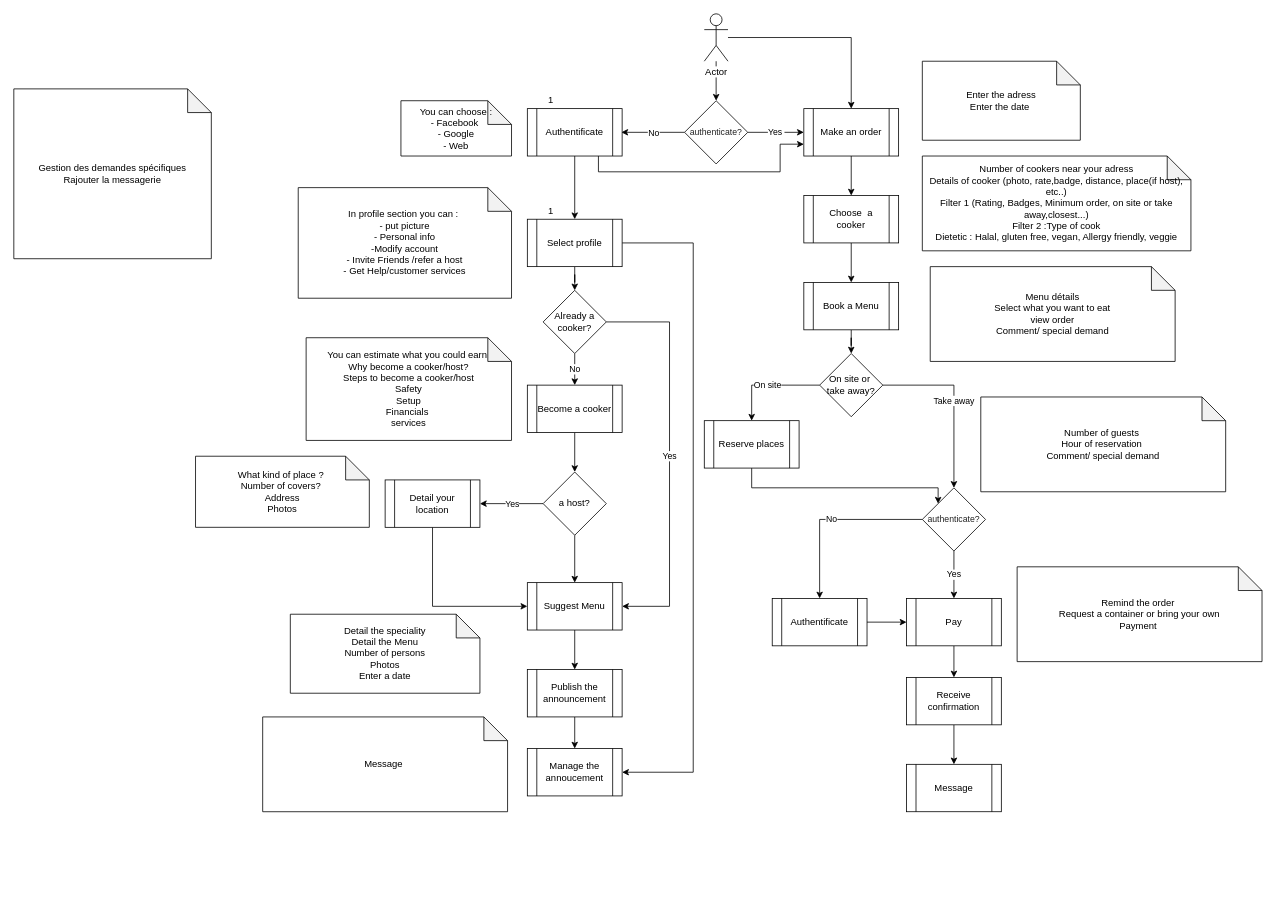
Above: IChef.drawio in ekooo/essai (draw.io), before the change. Source tidied: cells renumbered, new cells numbered last; positions are measured from the earlier drawing's top-left corner, leaving out a move shared by most shapes. Both pictures are drawn from the tidied source at 79%, with x=0, y=0 at pixel (13, 13).
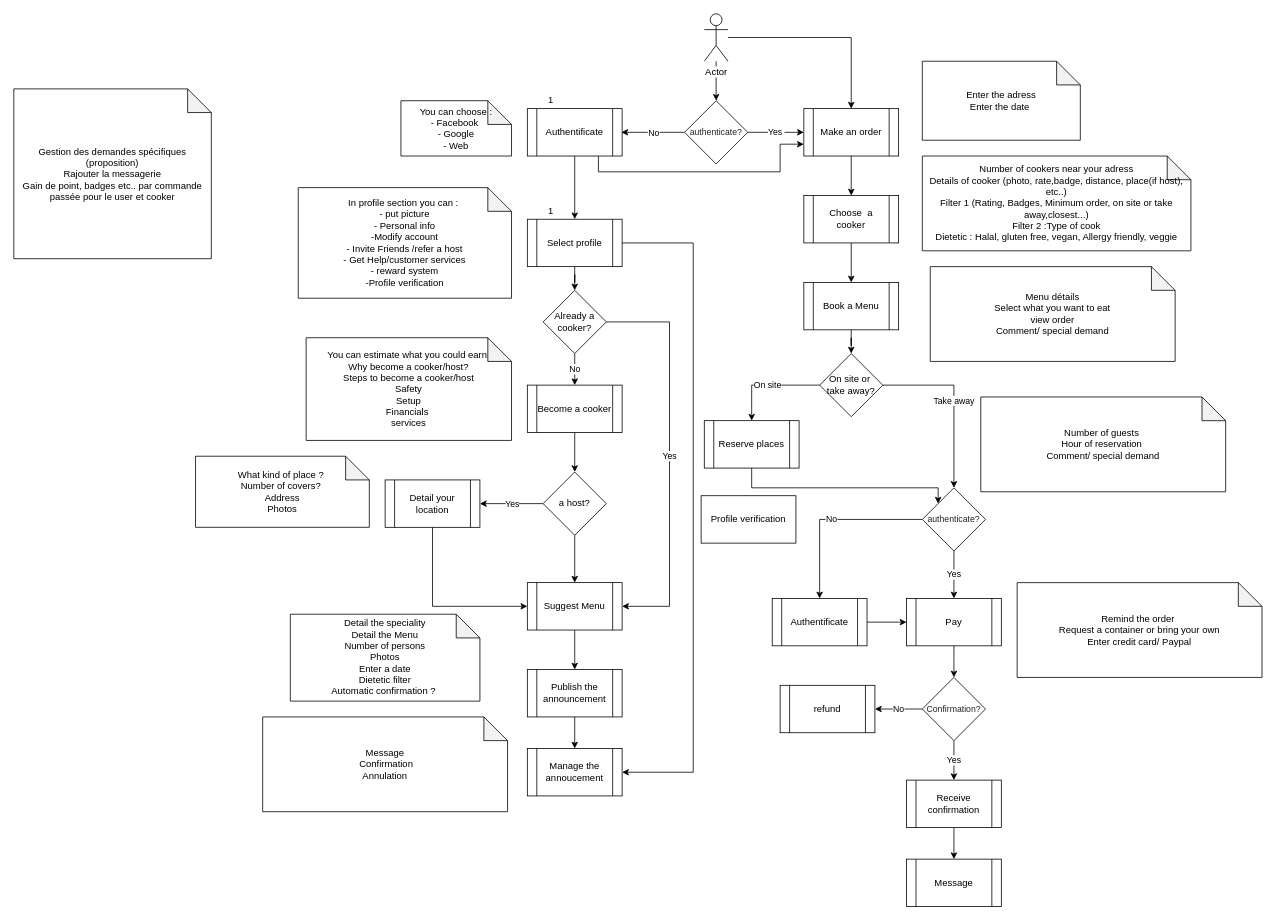
Above is the later version.

The change refers to these unchanged cells:
```xml
<mxCell id="30" value="Pay" style="shape=process;whiteSpace=wrap;html=1;backgroundOutline=1;" parent="1" vertex="1">
  <mxGeometry x="1130" y="740" width="120" height="60" as="geometry" />
</mxCell>
```

Change to the diagram source:
```diff
@@
-    <mxCell id="29" style="edgeStyle=orthogonalEdgeStyle;rounded=0;jettySize=auto;html=1;exitX=0.5;exitY=1;exitDx=0;exitDy=0;entryX=0.5;entryY=0;entryDx=0;entryDy=0;" parent="1" edge="1" source="30" target="32">
-      <mxGeometry relative="1" as="geometry" />
+    <mxCell id="29" style="edgeStyle=orthogonalEdgeStyle;rounded=0;jettySize=auto;html=1;exitX=0.5;exitY=1;exitDx=0;exitDy=0;entryX=0.5;entryY=0;entryDx=0;entryDy=0;" parent="1" edge="1" source="30">
+      <mxGeometry relative="1" as="geometry">
+        <mxPoint x="1190" y="840" as="targetPoint" />
+      </mxGeometry>
     </mxCell>
@@
-    <mxCell id="31" style="edgeStyle=orthogonalEdgeStyle;rounded=0;jettySize=auto;html=1;" parent="1" edge="1" source="32" target="60">
-      <mxGeometry relative="1" as="geometry" />
-    </mxCell>
-    <mxCell id="32" value="Receive confirmation" style="shape=process;whiteSpace=wrap;html=1;backgroundOutline=1;" parent="1" vertex="1">
-      <mxGeometry x="1130" y="840" width="120" height="60" as="geometry" />
-    </mxCell>
+    <mxCell id="64" value="Yes" style="edgeStyle=orthogonalEdgeStyle;rounded=0;jettySize=auto;html=1;" parent="1" edge="1" source="66">
+      <mxGeometry relative="1" as="geometry">
+        <mxPoint x="1190" y="970" as="targetPoint" />
+      </mxGeometry>
+    </mxCell>
@@
-    <mxCell id="48" value="In profile section you can :&amp;nbsp;&lt;br&gt;- put picture&lt;br&gt;- Personal info&lt;br&gt;-Modify account&lt;br&gt;- Invite Friends /refer a host&lt;br&gt;- Get Help/customer services" style="shape=note;whiteSpace=wrap;html=1;backgroundOutline=1;darkOpacity=0.05;" parent="1" vertex="1">
+    <mxCell id="48" value="In profile section you can :&amp;nbsp;&lt;br&gt;- put picture&lt;br&gt;- Personal info&lt;br&gt;-Modify account&lt;br&gt;- Invite Friends /refer a host&lt;br&gt;- Get Help/customer services&lt;br&gt;- reward system&lt;br&gt;-Profile verification" style="shape=note;whiteSpace=wrap;html=1;backgroundOutline=1;darkOpacity=0.05;" parent="1" vertex="1">
       <mxGeometry x="360" y="220" width="270" height="140" as="geometry" />
     </mxCell>
@@
-    <mxCell id="53" value="&lt;pre class=&quot;tw-data-text tw-text-large tw-ta&quot; id=&quot;tw-target-text&quot; dir=&quot;ltr&quot; style=&quot;font-size: 28px ; line-height: 36px ; border: none ; padding: 2px 0.14em 2px 0px ; position: relative ; margin-top: -2px ; margin-bottom: -2px ; resize: none ; font-family: inherit ; overflow: hidden ; text-align: left ; width: 283px ; white-space: pre-wrap ; overflow-wrap: break-word ; color: rgb(34 , 34 , 34)&quot;&gt;&lt;/pre&gt;Detail the speciality&lt;br&gt;Detail the Menu&lt;br&gt;Number of persons&lt;br&gt;Photos&lt;br&gt;Enter a date" style="shape=note;whiteSpace=wrap;html=1;backgroundOutline=1;darkOpacity=0.05;" parent="1" vertex="1">
-      <mxGeometry x="350" y="760" width="240" height="100" as="geometry" />
+    <mxCell id="53" value="&lt;pre class=&quot;tw-data-text tw-text-large tw-ta&quot; id=&quot;tw-target-text&quot; dir=&quot;ltr&quot; style=&quot;font-size: 28px ; line-height: 36px ; border: none ; padding: 2px 0.14em 2px 0px ; position: relative ; margin-top: -2px ; margin-bottom: -2px ; resize: none ; font-family: inherit ; overflow: hidden ; text-align: left ; width: 283px ; white-space: pre-wrap ; overflow-wrap: break-word ; color: rgb(34 , 34 , 34)&quot;&gt;&lt;/pre&gt;Detail the speciality&lt;br&gt;Detail the Menu&lt;br&gt;Number of persons&lt;br&gt;Photos&lt;br&gt;Enter a date&lt;br&gt;Dietetic filter&lt;br&gt;Automatic confirmation ?&amp;nbsp;" style="shape=note;whiteSpace=wrap;html=1;backgroundOutline=1;darkOpacity=0.05;" parent="1" vertex="1">
+      <mxGeometry x="350" y="760" width="240" height="110" as="geometry" />
     </mxCell>
@@
-    <mxCell id="56" value="Remind the order&amp;nbsp;&lt;br&gt;Request a container or bring your own&lt;br&gt;Payment&amp;nbsp;" style="shape=note;whiteSpace=wrap;html=1;backgroundOutline=1;darkOpacity=0.05;" parent="1" vertex="1">
-      <mxGeometry x="1270" y="700" width="310" height="120" as="geometry" />
+    <mxCell id="56" value="Remind the order&amp;nbsp;&lt;br&gt;Request a container or bring your own&lt;br&gt;Enter credit card/ Paypal" style="shape=note;whiteSpace=wrap;html=1;backgroundOutline=1;darkOpacity=0.05;" parent="1" vertex="1">
+      <mxGeometry x="1270" y="720" width="310" height="120" as="geometry" />
     </mxCell>
@@
-    <mxCell id="59" value="Message&amp;nbsp;" style="shape=note;whiteSpace=wrap;html=1;backgroundOutline=1;darkOpacity=0.05;" parent="1" vertex="1">
+    <mxCell id="59" value="Message&lt;br&gt;&amp;nbsp;Confirmation&lt;br&gt;Annulation" style="shape=note;whiteSpace=wrap;html=1;backgroundOutline=1;darkOpacity=0.05;" parent="1" vertex="1">
       <mxGeometry x="315" y="890" width="310" height="120" as="geometry" />
     </mxCell>
     <mxCell id="60" value="Message" style="shape=process;whiteSpace=wrap;html=1;backgroundOutline=1;" parent="1" vertex="1">
-      <mxGeometry x="1130" y="950" width="120" height="60" as="geometry" />
+      <mxGeometry x="1130" y="1070" width="120" height="60" as="geometry" />
     </mxCell>
-    <mxCell id="61" value="Gestion des demandes spécifiques&lt;br&gt;Rajouter la messagerie" style="shape=note;whiteSpace=wrap;html=1;backgroundOutline=1;darkOpacity=0.05;" parent="1" vertex="1">
+    <mxCell id="61" value="Gestion des demandes spécifiques (proposition)&lt;br&gt;Rajouter la messagerie&lt;br&gt;Gain de point, badges etc.. par commande passée pour le user et cooker" style="shape=note;whiteSpace=wrap;html=1;backgroundOutline=1;darkOpacity=0.05;" parent="1" vertex="1">
       <mxGeometry y="95" width="250" height="215" as="geometry" />
     </mxCell>
@@
+    <mxCell id="65" value="No" style="edgeStyle=orthogonalEdgeStyle;rounded=0;jettySize=auto;html=1;" parent="1" edge="1" source="66" target="67">
+      <mxGeometry relative="1" as="geometry" />
+    </mxCell>
+    <mxCell id="66" value="&lt;span style=&quot;color: rgb(34 , 34 , 34) ; font-family: &amp;#34;arial&amp;#34; , sans-serif ; text-align: left ; white-space: pre-wrap ; font-size: 11px&quot;&gt;Confirmation?&lt;/span&gt;" style="rhombus;whiteSpace=wrap;html=1;" parent="1" vertex="1">
+      <mxGeometry x="1150" y="840" width="80" height="80" as="geometry" />
+    </mxCell>
+    <mxCell id="67" value="refund" style="shape=process;whiteSpace=wrap;html=1;backgroundOutline=1;" parent="1" vertex="1">
+      <mxGeometry x="970" y="850" width="120" height="60" as="geometry" />
+    </mxCell>
+    <mxCell id="31" style="edgeStyle=orthogonalEdgeStyle;rounded=0;jettySize=auto;html=1;" parent="1" edge="1" source="32" target="60">
+      <mxGeometry relative="1" as="geometry" />
+    </mxCell>
+    <mxCell id="32" value="Receive confirmation" style="shape=process;whiteSpace=wrap;html=1;backgroundOutline=1;" parent="1" vertex="1">
+      <mxGeometry x="1130" y="970" width="120" height="60" as="geometry" />
+    </mxCell>
+    <mxCell id="68" value="Profile verification" style="rounded=0;whiteSpace=wrap;html=1;" parent="1" vertex="1">
+      <mxGeometry x="870" y="610" width="120" height="60" as="geometry" />
+    </mxCell>
```
